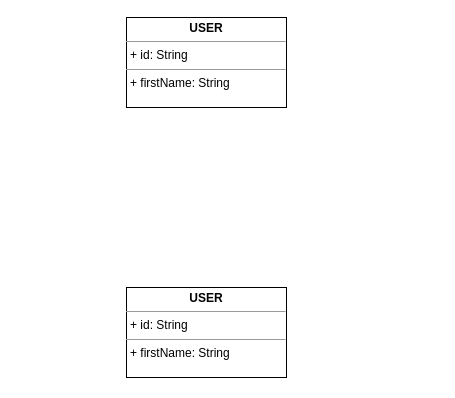
Above: Courses model.drawio in tamtran-agilityio/nodejs (draw.io), before the change. Source tidied: cells renumbered, new cells numbered last; positions are measured from the earlier drawing's top-left corner, leaving out a move shared by most shapes. Both pictures are drawn from the tidied source at 100%, with x=0, y=0 at pixel (126, 17).
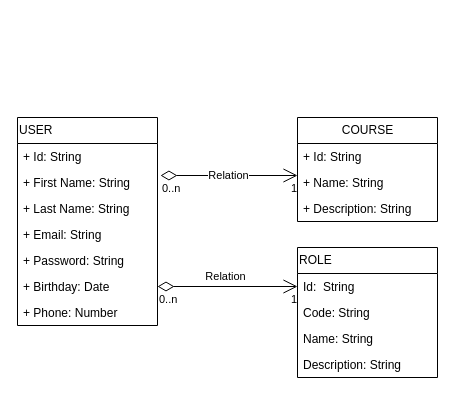
The same page after the edit.

Change to the diagram source:
```diff
@@
-    <mxCell id="2" value="&lt;p style=&quot;margin: 0px ; margin-top: 4px ; text-align: center&quot;&gt;&lt;b&gt;USER&lt;/b&gt;&lt;/p&gt;&lt;hr size=&quot;1&quot;&gt;&lt;p style=&quot;margin: 0px ; margin-left: 4px&quot;&gt;+ id: String&lt;/p&gt;&lt;hr size=&quot;1&quot;&gt;&lt;p style=&quot;margin: 0px ; margin-left: 4px&quot;&gt;+ firstName: String&lt;/p&gt;" style="verticalAlign=top;align=left;overflow=fill;fontSize=12;fontFamily=Helvetica;html=1;rounded=0;strokeWidth=1;" parent="1" vertex="1">
-      <mxGeometry y="270" width="160" height="90" as="geometry" />
-    </mxCell>
-    <mxCell id="3" value="&lt;p style=&quot;margin: 0px ; margin-top: 4px ; text-align: center&quot;&gt;&lt;b&gt;USER&lt;/b&gt;&lt;/p&gt;&lt;hr size=&quot;1&quot;&gt;&lt;p style=&quot;margin: 0px ; margin-left: 4px&quot;&gt;+ id: String&lt;/p&gt;&lt;hr size=&quot;1&quot;&gt;&lt;p style=&quot;margin: 0px ; margin-left: 4px&quot;&gt;+ firstName: String&lt;/p&gt;" style="verticalAlign=top;align=left;overflow=fill;fontSize=12;fontFamily=Helvetica;html=1;" parent="1" vertex="1">
-      <mxGeometry width="160" height="90" as="geometry" />
-    </mxCell>
+    <mxCell id="4" value="ROLE" style="swimlane;fontStyle=0;horizontal=1;startSize=26;fillColor=none;rounded=0;strokeWidth=1;align=left;html=1;" parent="1" vertex="1">
+      <mxGeometry x="171" y="230" width="140" height="130" as="geometry" />
+    </mxCell>
+    <mxCell id="5" value="Id:  String" style="text;strokeColor=none;fillColor=none;align=left;verticalAlign=top;spacingLeft=4;spacingRight=4;overflow=hidden;points=[[0,0.5],[1,0.5]];portConstraint=eastwest;" parent="4" vertex="1">
+      <mxGeometry y="26" width="140" height="26" as="geometry" />
+    </mxCell>
+    <mxCell id="6" value="Code: String" style="text;strokeColor=none;fillColor=none;align=left;verticalAlign=top;spacingLeft=4;spacingRight=4;overflow=hidden;" parent="4" vertex="1">
+      <mxGeometry y="52" width="140" height="26" as="geometry" />
+    </mxCell>
+    <mxCell id="7" value="Name: String" style="text;strokeColor=none;fillColor=none;align=left;verticalAlign=top;spacingLeft=4;spacingRight=4;overflow=hidden;" parent="4" vertex="1">
+      <mxGeometry y="78" width="140" height="26" as="geometry" />
+    </mxCell>
+    <mxCell id="8" value="Description: String" style="text;strokeColor=none;fillColor=none;align=left;verticalAlign=top;spacingLeft=4;spacingRight=4;overflow=hidden;" parent="4" vertex="1">
+      <mxGeometry y="104" width="140" height="26" as="geometry" />
+    </mxCell>
+    <mxCell id="9" value="USER" style="swimlane;fontStyle=0;horizontal=1;startSize=26;fillColor=none;rounded=0;strokeWidth=1;align=left;html=1;" parent="1" vertex="1">
+      <mxGeometry x="-109" y="100" width="140" height="208" as="geometry" />
+    </mxCell>
+    <mxCell id="10" value="+ Id: String" style="text;strokeColor=none;fillColor=none;align=left;verticalAlign=top;spacingLeft=4;spacingRight=4;overflow=hidden;" parent="9" vertex="1">
+      <mxGeometry y="26" width="140" height="26" as="geometry" />
+    </mxCell>
+    <mxCell id="11" value="+ First Name: String" style="text;strokeColor=none;fillColor=none;align=left;verticalAlign=top;spacingLeft=4;spacingRight=4;overflow=hidden;points=[[0,0.5],[1,0.5]];portConstraint=eastwest;" parent="9" vertex="1">
+      <mxGeometry y="52" width="140" height="26" as="geometry" />
+    </mxCell>
+    <mxCell id="12" value="+ Last Name: String" style="text;strokeColor=none;fillColor=none;align=left;verticalAlign=top;spacingLeft=4;spacingRight=4;overflow=hidden;" parent="9" vertex="1">
+      <mxGeometry y="78" width="140" height="26" as="geometry" />
+    </mxCell>
+    <mxCell id="13" value="+ Email: String" style="text;strokeColor=none;fillColor=none;align=left;verticalAlign=top;spacingLeft=4;spacingRight=4;overflow=hidden;" parent="9" vertex="1">
+      <mxGeometry y="104" width="140" height="26" as="geometry" />
+    </mxCell>
+    <mxCell id="14" value="+ Password: String" style="text;strokeColor=none;fillColor=none;align=left;verticalAlign=top;spacingLeft=4;spacingRight=4;overflow=hidden;" parent="9" vertex="1">
+      <mxGeometry y="130" width="140" height="26" as="geometry" />
+    </mxCell>
+    <mxCell id="15" value="+ Birthday: Date" style="text;strokeColor=none;fillColor=none;align=left;verticalAlign=top;spacingLeft=4;spacingRight=4;overflow=hidden;points=[[0,0.5],[1,0.5]];portConstraint=eastwest;" parent="9" vertex="1">
+      <mxGeometry y="156" width="140" height="26" as="geometry" />
+    </mxCell>
+    <mxCell id="16" value="+ Phone: Number" style="text;strokeColor=none;fillColor=none;align=left;verticalAlign=top;spacingLeft=4;spacingRight=4;overflow=hidden;" parent="9" vertex="1">
+      <mxGeometry y="182" width="140" height="26" as="geometry" />
+    </mxCell>
+    <mxCell id="17" value="COURSE" style="swimlane;fontStyle=0;horizontal=1;startSize=26;fillColor=none;rounded=0;strokeWidth=1;align=center;html=1;" parent="1" vertex="1">
+      <mxGeometry x="171" y="100" width="140" height="104" as="geometry" />
+    </mxCell>
+    <mxCell id="18" value="+ Id: String" style="text;strokeColor=none;fillColor=none;align=left;verticalAlign=top;spacingLeft=4;spacingRight=4;overflow=hidden;" parent="17" vertex="1">
+      <mxGeometry y="26" width="140" height="26" as="geometry" />
+    </mxCell>
+    <mxCell id="19" value="+ Name: String" style="text;strokeColor=none;fillColor=none;align=left;verticalAlign=top;spacingLeft=4;spacingRight=4;overflow=hidden;" parent="17" vertex="1">
+      <mxGeometry y="52" width="140" height="26" as="geometry" />
+    </mxCell>
+    <mxCell id="20" value="+ Description: String" style="text;strokeColor=none;fillColor=none;align=left;verticalAlign=top;spacingLeft=4;spacingRight=4;overflow=hidden;" parent="17" vertex="1">
+      <mxGeometry y="78" width="140" height="26" as="geometry" />
+    </mxCell>
+    <mxCell id="21" value="Relation" style="endArrow=open;html=1;endSize=12;startArrow=diamondThin;startSize=14;startFill=0;edgeStyle=orthogonalEdgeStyle;exitX=1;exitY=0.5;exitDx=0;exitDy=0;entryX=0;entryY=0.5;entryDx=0;entryDy=0;" parent="1" edge="1" source="15" target="5">
+      <mxGeometry x="-0.03" y="10" relative="1" as="geometry" />
+    </mxCell>
+    <mxCell id="22" value="0..n" style="edgeLabel;html=1;align=left;verticalAlign=top;" parent="21" vertex="1">
+      <mxGeometry x="-1" relative="1" as="geometry" />
+    </mxCell>
+    <mxCell id="23" value="1" style="edgeLabel;html=1;align=right;verticalAlign=top;" parent="21" vertex="1">
+      <mxGeometry x="1" relative="1" as="geometry" />
+    </mxCell>
+    <mxCell id="24" value="Relation" style="endArrow=open;html=1;endSize=12;startArrow=diamondThin;startSize=14;startFill=0;edgeStyle=orthogonalEdgeStyle;exitX=1.021;exitY=0.231;exitDx=0;exitDy=0;exitPerimeter=0;" parent="1" edge="1" source="11">
+      <mxGeometry relative="1" as="geometry">
+        <mxPoint x="171" y="158" as="targetPoint" />
+      </mxGeometry>
+    </mxCell>
+    <mxCell id="25" value="0..n" style="edgeLabel;html=1;align=left;verticalAlign=top;" parent="24" vertex="1">
+      <mxGeometry x="-1" relative="1" as="geometry" />
+    </mxCell>
+    <mxCell id="26" value="1" style="edgeLabel;html=1;align=right;verticalAlign=top;" parent="24" vertex="1">
+      <mxGeometry x="1" relative="1" as="geometry" />
+    </mxCell>
```
